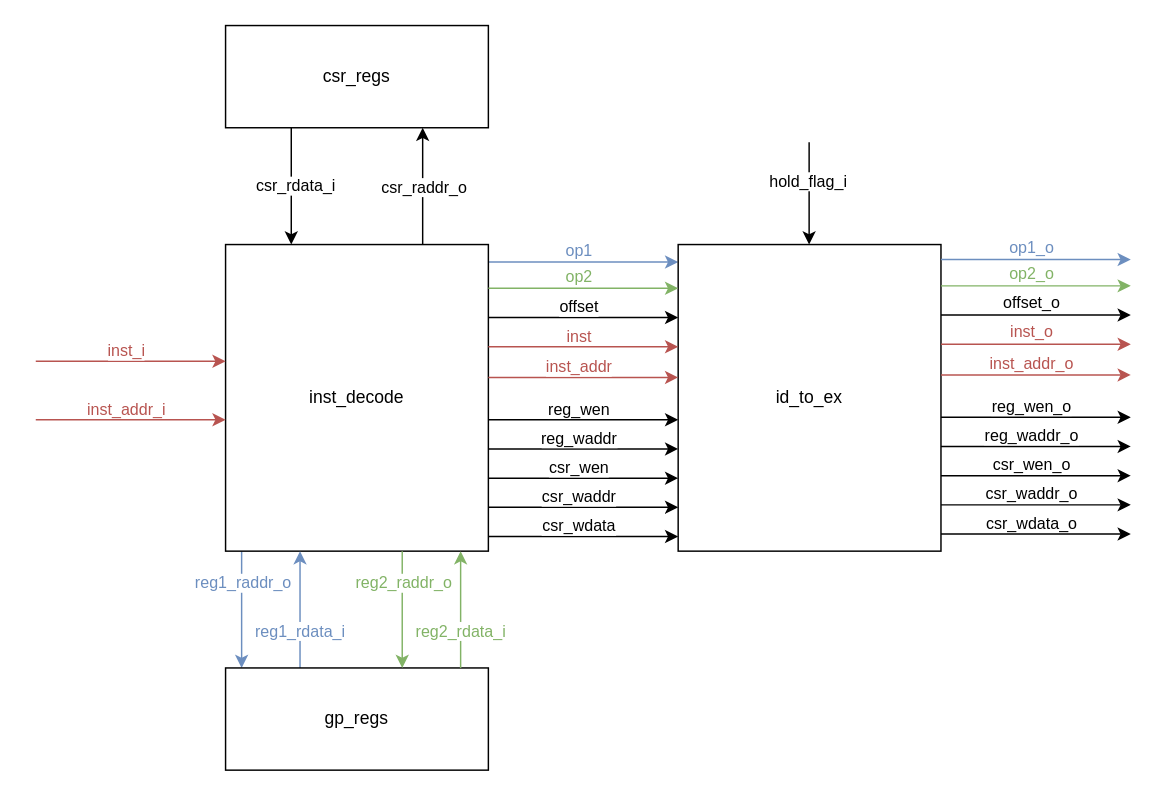
Earlier version of the draw.io diagram pic/id_unit.drawio (wuyannnnnnnn/RiscV). Source tidied: cells renumbered, new cells numbered last; positions are measured from the earlier drawing's top-left corner, leaving out a move shared by most shapes. Both pictures are drawn from the tidied source at 146%, with x=0, y=0 at pixel (35, 25).
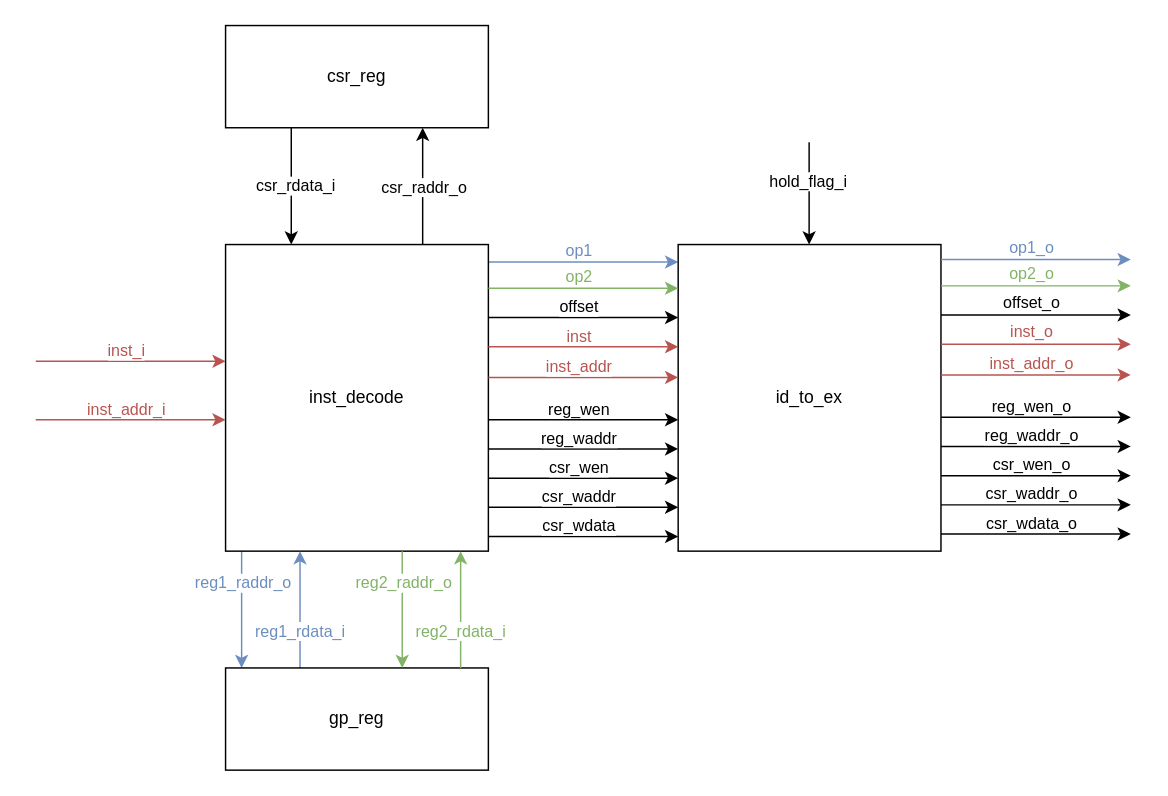
Above is the later version.

Change to the diagram source:
```diff
@@
-    <mxCell id="16" value="gp_regs" style="rounded=0;whiteSpace=wrap;html=1;" parent="1" vertex="1">
+    <mxCell id="16" value="gp_reg" style="rounded=0;whiteSpace=wrap;html=1;" parent="1" vertex="1">
       <mxGeometry x="130" y="440" width="180" height="70" as="geometry" />
     </mxCell>
@@
-    <mxCell id="19" value="csr_regs" style="rounded=0;whiteSpace=wrap;html=1;" parent="1" vertex="1">
+    <mxCell id="19" value="csr_reg" style="rounded=0;whiteSpace=wrap;html=1;" parent="1" vertex="1">
       <mxGeometry x="130" width="180" height="70" as="geometry" />
     </mxCell>
```
